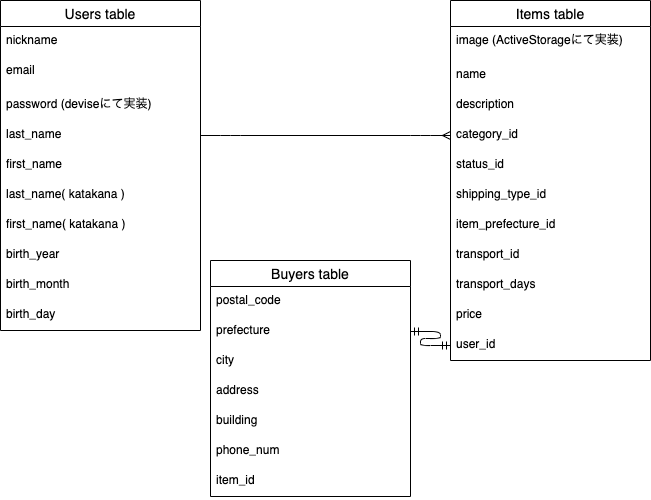
Above: furima_er.drawio.png in Danke1732/furima-31709 (draw.io), before the change. Source tidied: cells renumbered, new cells last; positions are measured from the earlier drawing's top-left corner, leaving out a move shared by most shapes.
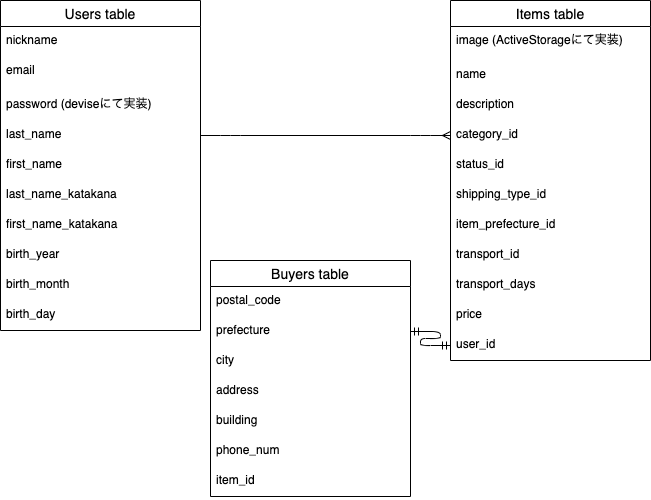
The same diagram one commit later.

Commit message:
usersテーブルのカラム名修正

Change to the diagram source:
```diff
@@ -20,10 +20,10 @@
     <mxCell id="7" value="first_name" style="text;strokeColor=none;fillColor=none;spacingLeft=4;spacingRight=4;overflow=hidden;fontSize=12;" parent="2" vertex="1">
       <mxGeometry y="150" width="200" height="30" as="geometry" />
     </mxCell>
-    <mxCell id="8" value="last_name( katakana )" style="text;strokeColor=none;fillColor=none;spacingLeft=4;spacingRight=4;overflow=hidden;fontSize=12;" parent="2" vertex="1">
+    <mxCell id="8" value="last_name_katakana" style="text;strokeColor=none;fillColor=none;spacingLeft=4;spacingRight=4;overflow=hidden;fontSize=12;" parent="2" vertex="1">
       <mxGeometry y="180" width="200" height="30" as="geometry" />
     </mxCell>
-    <mxCell id="9" value="first_name( katakana )" style="text;strokeColor=none;fillColor=none;spacingLeft=4;spacingRight=4;overflow=hidden;fontSize=12;" parent="2" vertex="1">
+    <mxCell id="9" value="first_name_katakana" style="text;strokeColor=none;fillColor=none;spacingLeft=4;spacingRight=4;overflow=hidden;fontSize=12;" parent="2" vertex="1">
       <mxGeometry y="210" width="200" height="30" as="geometry" />
     </mxCell>
     <mxCell id="10" value="birth_year" style="text;strokeColor=none;fillColor=none;spacingLeft=4;spacingRight=4;overflow=hidden;fontSize=12;" parent="2" vertex="1">
```
